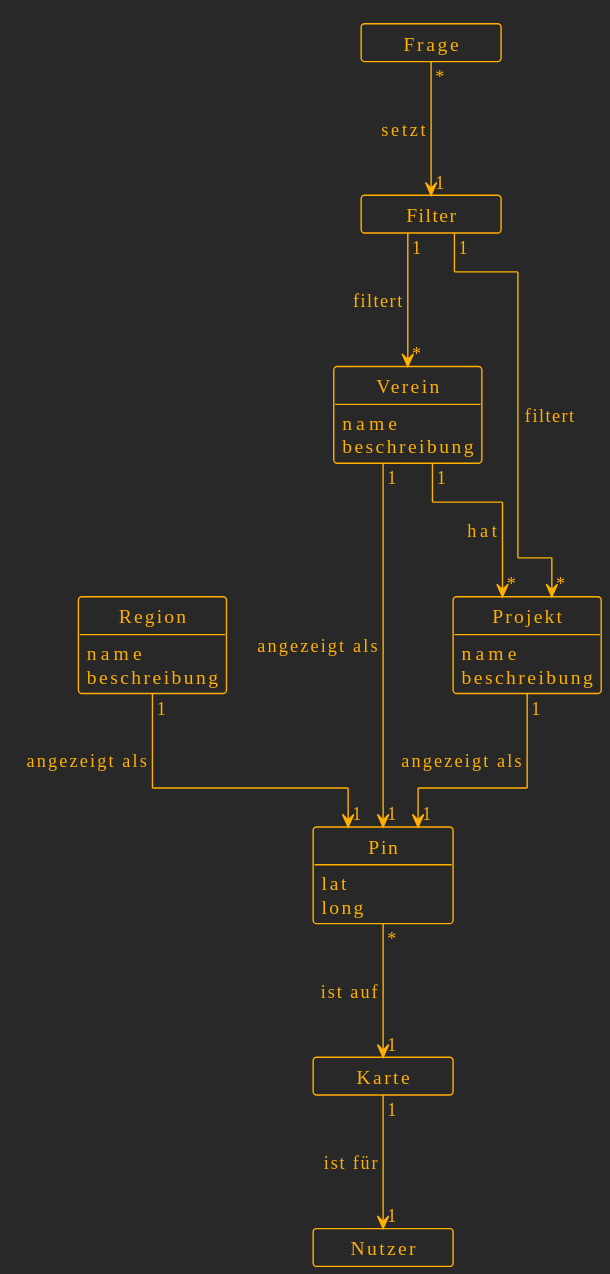
Above: artifact/domain_model.svg in SaplingSquad/SoftwareEngineering-WS2025-SaplingSquad (PlantUML), before the change.
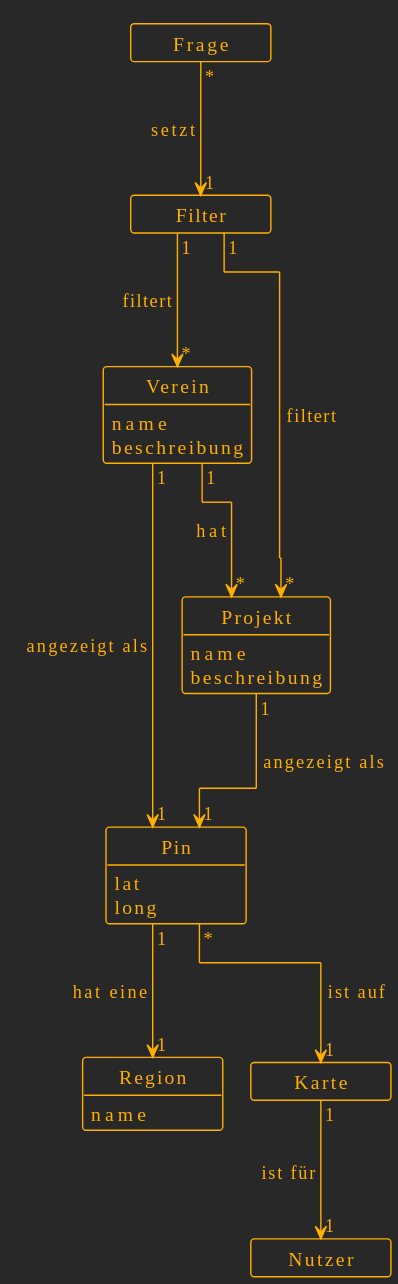
The same diagram one commit later.

Commit message:
docs(artifact): Update deployment, domain model, glossar

Diff of the diagram source:
```diff
@@ -34,8 +34,7 @@
 
 	class Region
 	Region : name
-	Region : beschreibung
-	Region "1" --> "1" Pin : angezeigt als
+	Pin "1" --> "1" Region : hat eine
 
 	class Frage
 	Frage "*" --> "1" Filter : setzt
```
